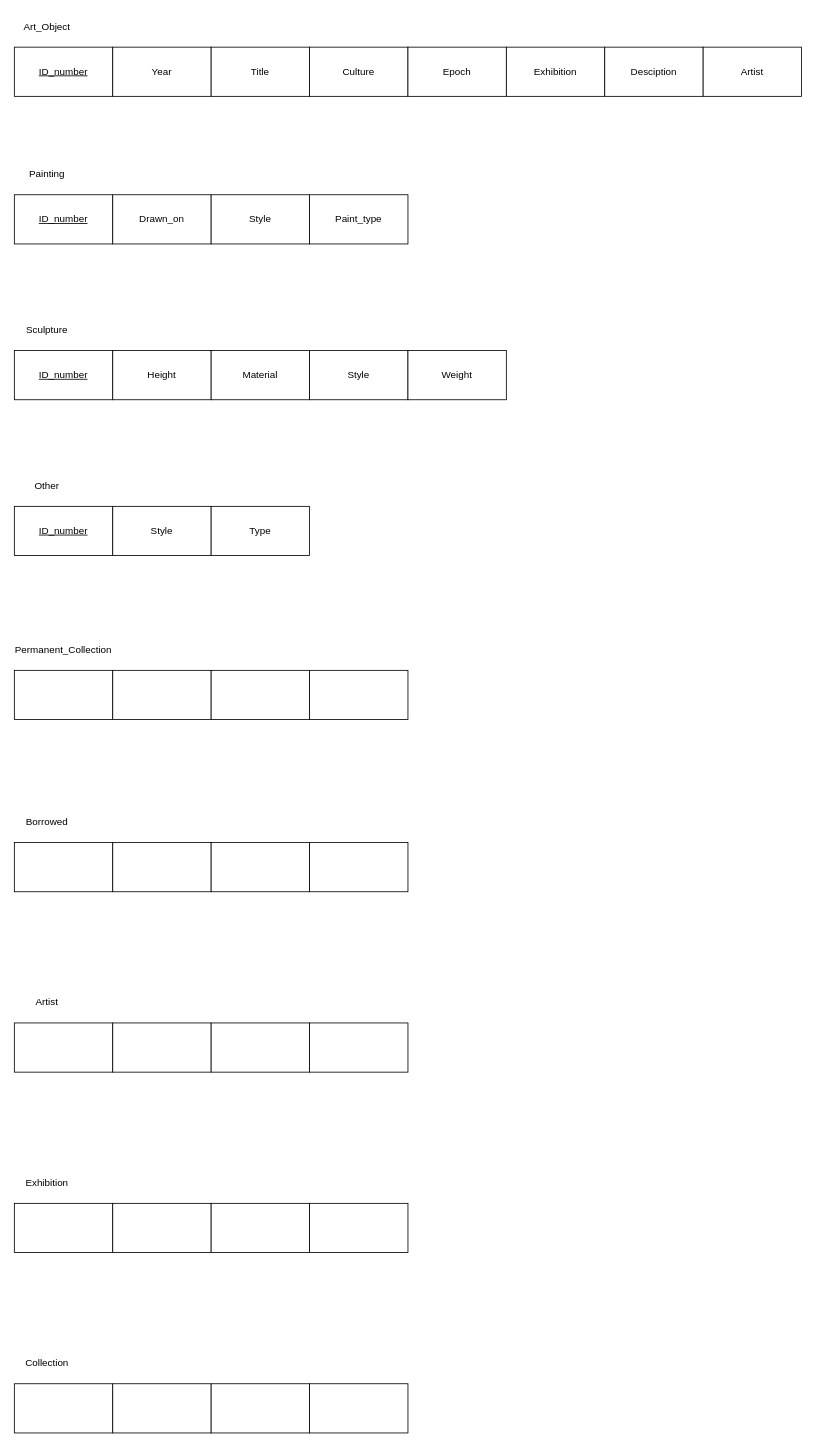
Above: EERD.drawio in ENSF-300-F23/museum-project-l03-35 (draw.io), before the change. Source tidied: cells renumbered, new cells numbered last; positions are measured from the earlier drawing's top-left corner, leaving out a move shared by most shapes. Both pictures are drawn from the tidied source at 82%, with x=0, y=0 at pixel (14, 14).
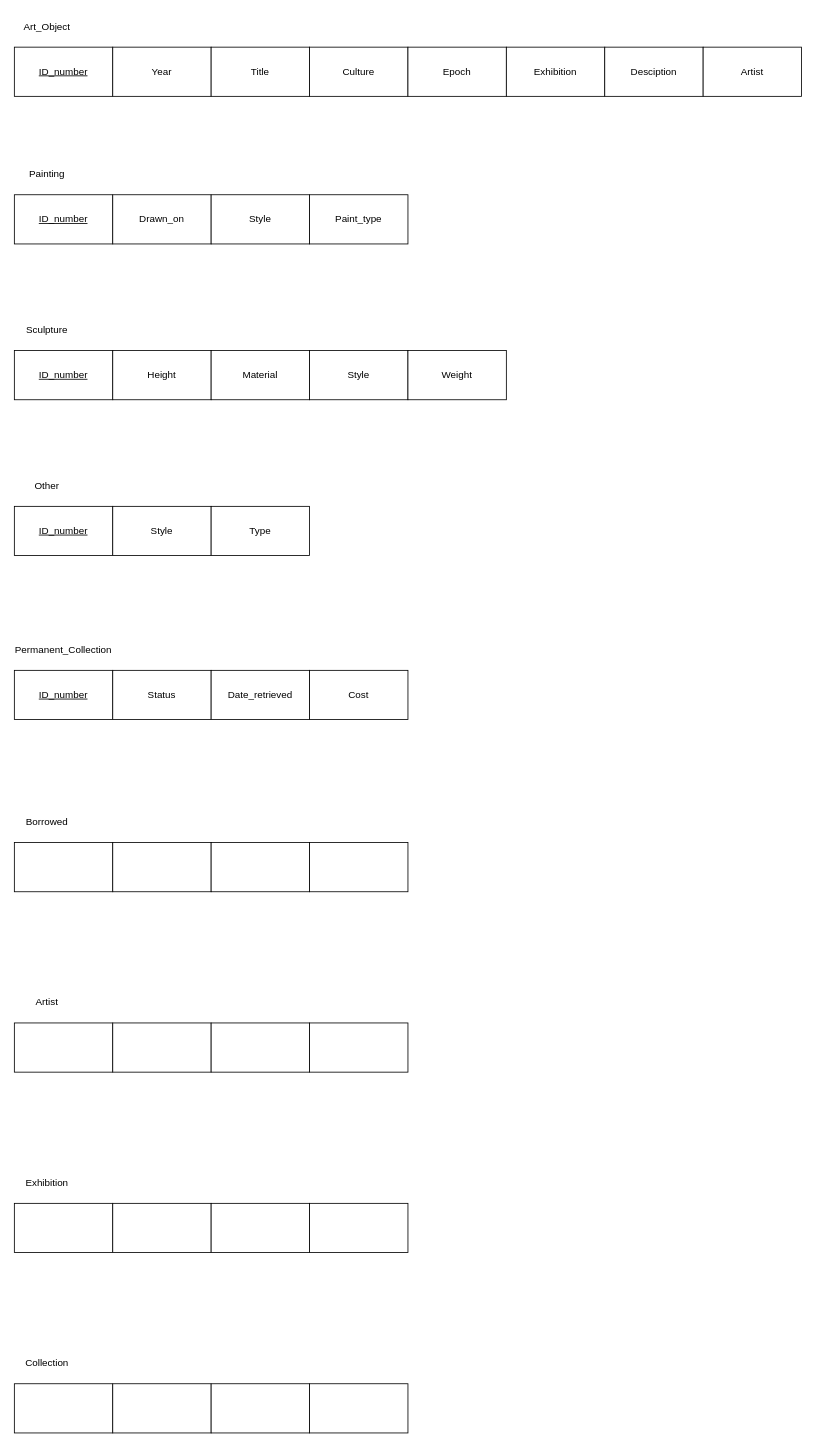
After the change.

Commit message:
Added primary key and attributes for "Permanent collection" entity

Change to the diagram source:
```diff
@@
-    <mxCell id="22" style="rounded=0;whiteSpace=wrap;html=1;" parent="1" vertex="1">
+    <mxCell id="22" value="&lt;u&gt;ID_number&lt;/u&gt;" style="rounded=0;whiteSpace=wrap;html=1;" parent="1" vertex="1">
       <mxGeometry y="800" width="120" height="60" as="geometry" />
     </mxCell>
-    <mxCell id="23" style="rounded=0;whiteSpace=wrap;html=1;" parent="1" vertex="1">
+    <mxCell id="23" value="Status" style="rounded=0;whiteSpace=wrap;html=1;" parent="1" vertex="1">
       <mxGeometry x="120" y="800" width="120" height="60" as="geometry" />
     </mxCell>
-    <mxCell id="24" style="rounded=0;whiteSpace=wrap;html=1;" parent="1" vertex="1">
+    <mxCell id="24" value="Date_retrieved" style="rounded=0;whiteSpace=wrap;html=1;" parent="1" vertex="1">
       <mxGeometry x="240" y="800" width="120" height="60" as="geometry" />
     </mxCell>
-    <mxCell id="25" style="rounded=0;whiteSpace=wrap;html=1;" parent="1" vertex="1">
+    <mxCell id="25" value="Cost" style="rounded=0;whiteSpace=wrap;html=1;" parent="1" vertex="1">
       <mxGeometry x="360" y="800" width="120" height="60" as="geometry" />
     </mxCell>
```
